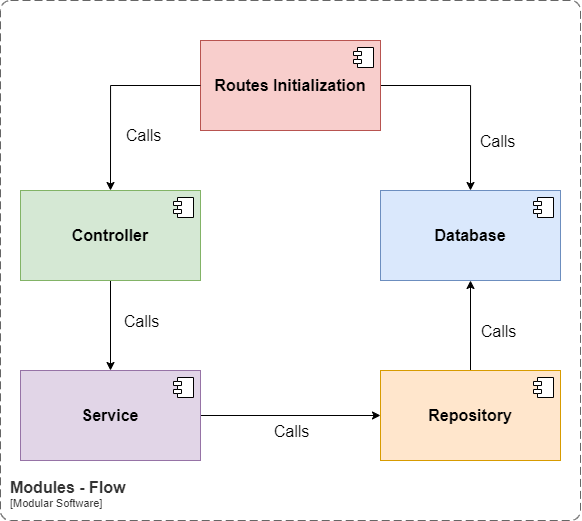
Earlier version of the draw.io export docs/_diagrams/Modules - Flow.png (ortizdavid/golang-modular-software). Source tidied: cells renumbered, new cells last; positions are measured from the earlier drawing's top-left corner, leaving out a move shared by most shapes.
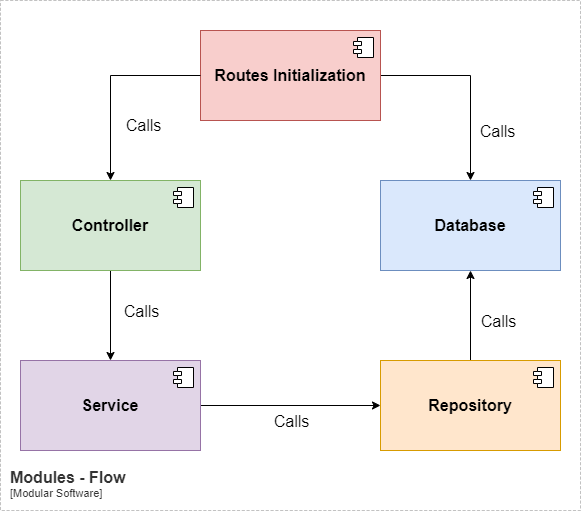
After the commit.

Diff of the diagram source:
```diff
@@ -81,8 +81,8 @@
       </mxGeometry>
     </mxCell>
     <object id="22" label="&lt;font style=&quot;font-size: 16px&quot;&gt;&lt;b&gt;&lt;div style=&quot;text-align: left&quot;&gt;%c4Name%&lt;/div&gt;&lt;/b&gt;&lt;/font&gt;&lt;div style=&quot;text-align: left&quot;&gt;[%c4Application%]&lt;/div&gt;" c4Application="Modular Software" c4Name="Modules - Flow" c4Type="SystemScopeBoundary" placeholders="1">
-      <mxCell style="rounded=1;fontSize=11;whiteSpace=wrap;html=1;dashed=1;arcSize=20;fillColor=none;strokeColor=#666666;fontColor=#333333;labelBackgroundColor=none;align=left;verticalAlign=bottom;labelBorderColor=none;spacingTop=0;spacing=10;dashPattern=8 4;perimeter=rectanglePerimeter;noLabel=0;labelPadding=0;absoluteArcSize=1;" parent="1" vertex="1">
-        <mxGeometry width="580" height="520" as="geometry" />
+      <mxCell style="rounded=0;fontSize=11;whiteSpace=wrap;html=1;dashed=1;arcSize=20;fillColor=none;strokeColor=#666666;fontColor=#333333;labelBackgroundColor=none;align=left;verticalAlign=bottom;labelBorderColor=none;spacingTop=0;spacing=10;dashPattern=8 4;perimeter=rectanglePerimeter;noLabel=0;labelPadding=0;absoluteArcSize=1;strokeWidth=0.4;" parent="1" vertex="1">
+        <mxGeometry y="10" width="580" height="510" as="geometry" />
       </mxCell>
     </object>
   </root>
```
